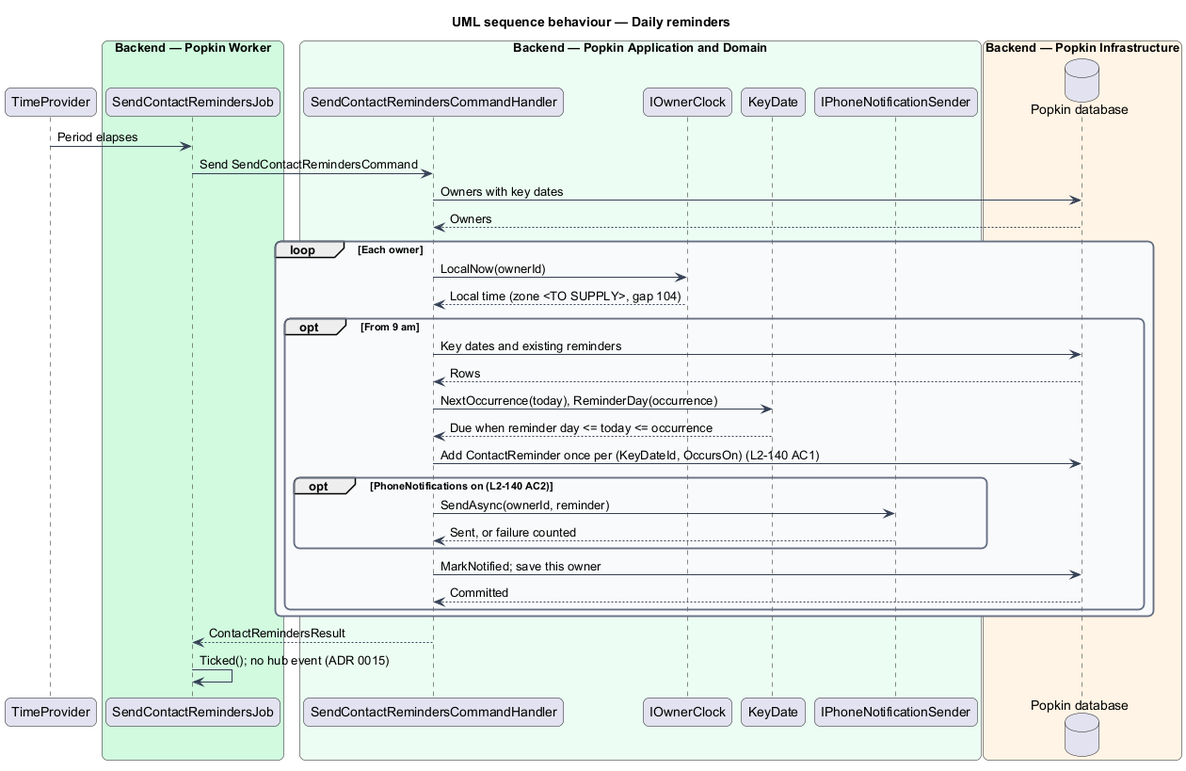
This is docs/detailed-designs/contacts/reminders/diagrams/sequence-daily-reminders.png from QuinntyneBrown/popkin, a PlantUML export, as it was before one commit.
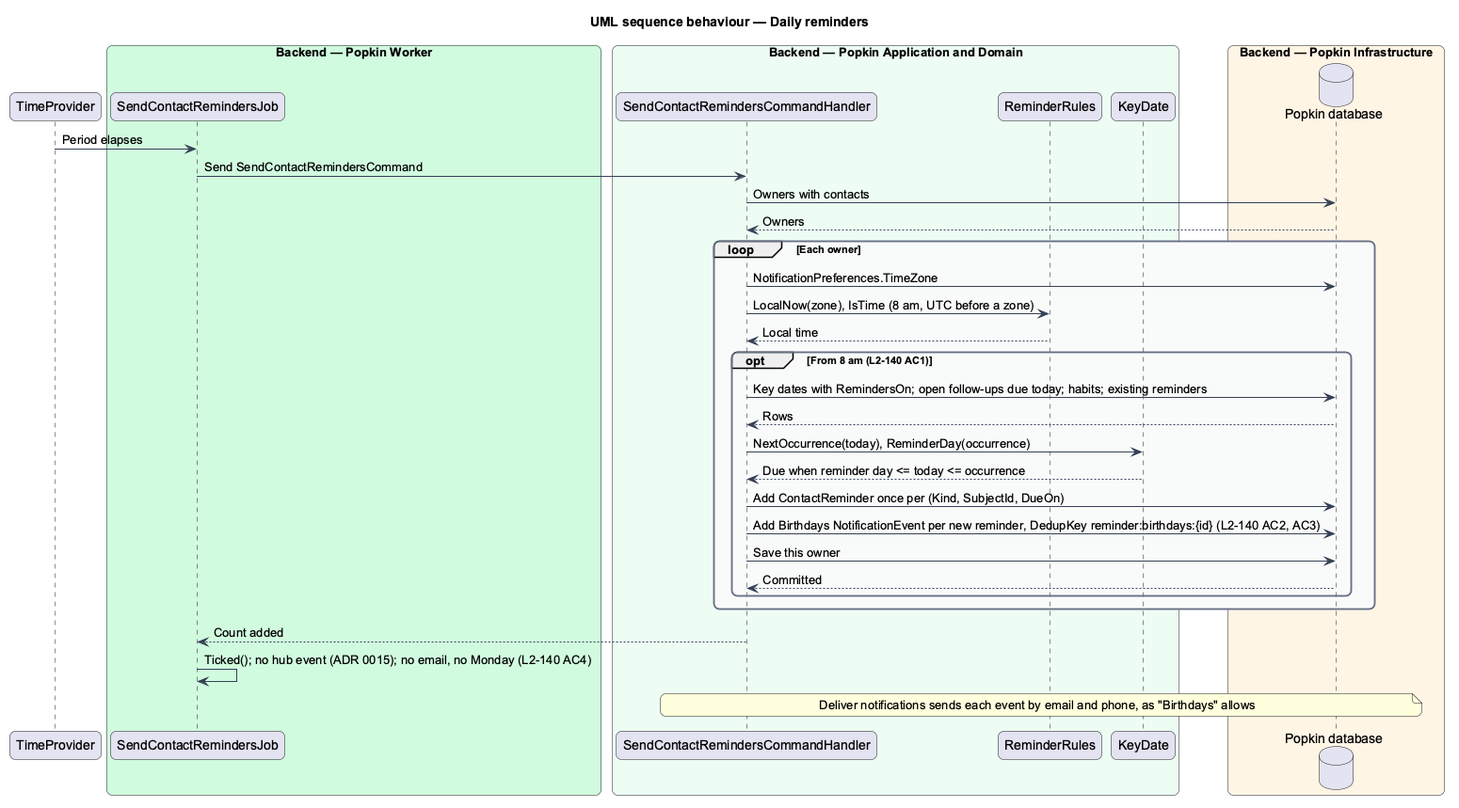
After the change.

What changed in the source:
```diff
@@ -20,34 +20,32 @@
 end box
 box "Backend — Popkin Application and Domain" #ECFDF3
   participant "SendContactRemindersCommandHandler" as handler
-  participant "IOwnerClock" as clock
+  participant "ReminderRules" as rules
   participant "KeyDate" as entity
-  participant "IPhoneNotificationSender" as push
 end box
 box "Backend — Popkin Infrastructure" #FFF4E5
   database "Popkin database" as db
 end box
 time -> job : Period elapses
 job -> handler : Send SendContactRemindersCommand
-handler -> db : Owners with key dates
+handler -> db : Owners with contacts
 db --> handler : Owners
 loop Each owner
-  handler -> clock : LocalNow(ownerId)
-  clock --> handler : Local time (zone <TO SUPPLY>, gap 104)
-  opt From 9 am
-    handler -> db : Key dates and existing reminders
+  handler -> db : NotificationPreferences.TimeZone
+  handler -> rules : LocalNow(zone), IsTime (8 am, UTC before a zone)
+  rules --> handler : Local time
+  opt From 8 am (L2-140 AC1)
+    handler -> db : Key dates with RemindersOn; open follow-ups due today; habits; existing reminders
     db --> handler : Rows
     handler -> entity : NextOccurrence(today), ReminderDay(occurrence)
     entity --> handler : Due when reminder day <= today <= occurrence
-    handler -> db : Add ContactReminder once per (KeyDateId, OccursOn) (L2-140 AC1)
-    opt PhoneNotifications on (L2-140 AC2)
-      handler -> push : SendAsync(ownerId, reminder)
-      push --> handler : Sent, or failure counted
-    end
-    handler -> db : MarkNotified; save this owner
+    handler -> db : Add ContactReminder once per (Kind, SubjectId, DueOn)
+    handler -> db : Add Birthdays NotificationEvent per new reminder, DedupKey reminder:birthdays:{id} (L2-140 AC2, AC3)
+    handler -> db : Save this owner
     db --> handler : Committed
   end
 end
-handler --> job : ContactRemindersResult
-job -> job : Ticked(); no hub event (ADR 0015)
+handler --> job : Count added
+job -> job : Ticked(); no hub event (ADR 0015); no email, no Monday (L2-140 AC4)
+note over handler, db : Deliver notifications sends each event by email and phone, as "Birthdays" allows
 @enduml
```
